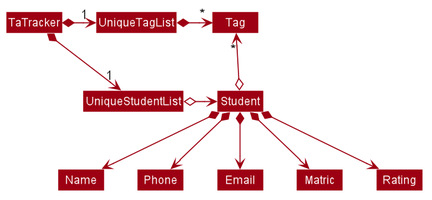
This is docs/images/BetterModelClassDiagram.png from nus-cs2103-AY1920S2/addressbook-level3, a PlantUML export, as it was before one commit.
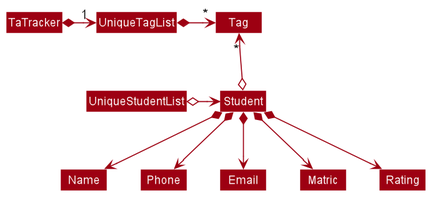
After the change.

Change to the diagram source:
```diff
@@ -51,7 +51,6 @@
 skinparam arrowColor #9D0012
 skinparam classBackgroundColor #9D0012
 
-TaTracker *-right-> "1" UniqueStudentList
 TaTracker *-right-> "1" UniqueTagList
 UniqueTagList -[hidden]down- UniqueStudentList
 UniqueTagList -[hidden]down- UniqueStudentList
```
